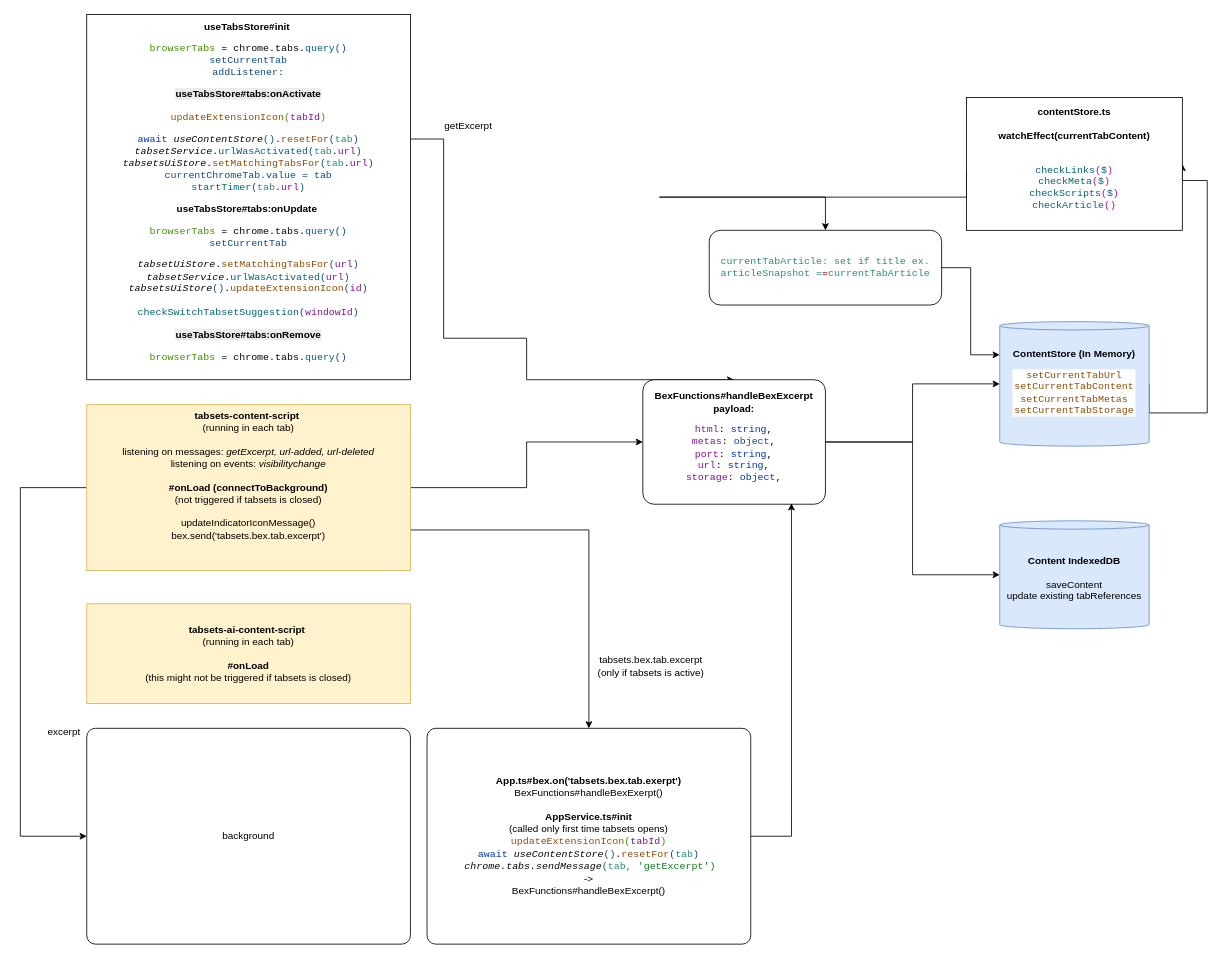
This is docs/drawio/test.drawio from evandor/tabsets, a draw.io file, before an edit. Source tidied: cells renumbered, new cells numbered last; positions are measured from the earlier drawing's top-left corner, leaving out a move shared by most shapes. Both pictures are drawn from the tidied source at 83%, with x=0, y=0 at pixel (20, 14).
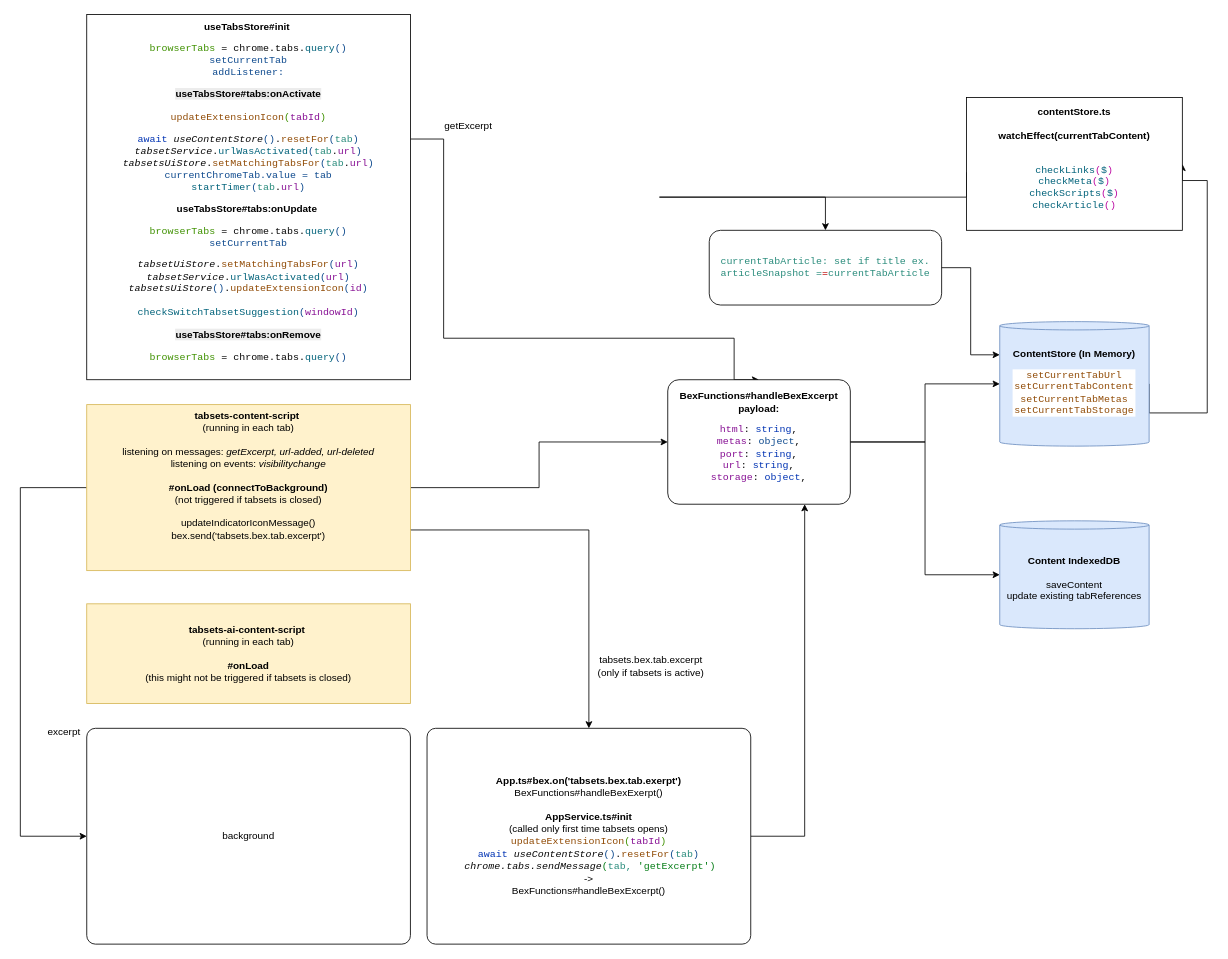
Above is the later version.

Unchanged cells that the change refers to:
```xml
<mxCell id="11" value="&lt;div&gt;&lt;b&gt;useTabsStore#init&lt;/b&gt;&amp;nbsp;&lt;div&gt;&lt;div style=&quot;background-color: rgb(255, 255, 255); color: rgb(8, 8, 8);&quot;&gt;&lt;pre style=&quot;color: light-dark(rgb(8, 8, 8), rgb(230, 230, 230)); font-family: &amp;quot;JetBrains Mono&amp;quot;, monospace;&quot;&gt;&lt;span style=&quot;color: rgb(63, 145, 1);&quot;&gt;browserTabs&lt;span style=&quot;background-color: light-dark(rgb(255, 255, 255), rgb(18, 18, 18)); white-space: normal; color: rgb(145, 76, 7);&quot;&gt;&amp;nbsp;&lt;/span&gt;&lt;span style=&quot;background-color: light-dark(rgb(255, 255, 255), rgb(18, 18, 18)); color: light-dark(rgb(8, 8, 8), rgb(230, 230, 230)); white-space: normal;&quot;&gt;= chrome.tabs.&lt;/span&gt;&lt;span style=&quot;background-color: light-dark(rgb(255, 255, 255), rgb(18, 18, 18)); white-space: normal; color: rgb(0, 98, 122);&quot;&gt;query&lt;/span&gt;&lt;span style=&quot;background-color: light-dark(rgb(255, 255, 255), rgb(18, 18, 18)); white-space: normal; color: rgb(14, 74, 142);&quot;&gt;()&lt;br&gt;setCurrentTab&lt;br&gt;addListener:&lt;/span&gt;&lt;/span&gt;&lt;/pre&gt;&lt;/div&gt;&lt;/div&gt;&lt;/div&gt;&lt;pre style=&quot;color: light-dark(rgb(8, 8, 8), rgb(230, 230, 230)); font-family: &amp;quot;JetBrains Mono&amp;quot;, monospace;&quot;&gt;&lt;span style=&quot;color: rgb(63, 145, 1);&quot;&gt;&lt;span style=&quot;background-color: light-dark(rgb(255, 255, 255), rgb(18, 18, 18)); white-space: normal; color: rgb(14, 74, 142);&quot;&gt;&lt;b style=&quot;color: rgb(0, 0, 0); font-family: Helvetica; background-color: rgb(236, 236, 236);&quot;&gt;useTabsStore#tabs:onActivate&lt;/b&gt;&lt;/span&gt;&lt;/span&gt;&lt;/pre&gt;&lt;span style=&quot;font-family: &amp;quot;JetBrains Mono&amp;quot;, monospace; background-color: transparent; color: rgb(145, 76, 7);&quot;&gt;updateExtensionIcon&lt;/span&gt;&lt;span style=&quot;font-family: &amp;quot;JetBrains Mono&amp;quot;, monospace; background-color: transparent; color: rgb(63, 145, 1);&quot;&gt;(&lt;/span&gt;&lt;span style=&quot;font-family: &amp;quot;JetBrains Mono&amp;quot;, monospace; background-color: transparent; color: rgb(135, 16, 148);&quot;&gt;tabId&lt;/span&gt;&lt;span style=&quot;font-family: &amp;quot;JetBrains Mono&amp;quot;, monospace; background-color: transparent; color: rgb(63, 145, 1);&quot;&gt;)&lt;/span&gt;&lt;div&gt;&lt;div style=&quot;background-color: rgb(255, 255, 255); color: rgb(8, 8, 8);&quot;&gt;&lt;pre style=&quot;font-family:'JetBrains Mono',monospace;font-size:9,8pt;&quot;&gt;&lt;span style=&quot;color: rgb(0, 51, 179);&quot;&gt;await &lt;/span&gt;&lt;span style=&quot;font-style:italic;&quot;&gt;useContentStore&lt;/span&gt;&lt;span style=&quot;color: rgb(14, 74, 142);&quot;&gt;()&lt;/span&gt;.&lt;span style=&quot;color: rgb(145, 76, 7);&quot;&gt;resetFor&lt;/span&gt;&lt;span style=&quot;color: rgb(14, 74, 142);&quot;&gt;(&lt;/span&gt;&lt;span style=&quot;color: rgb(42, 140, 124);&quot;&gt;tab&lt;/span&gt;&lt;span style=&quot;color: rgb(14, 74, 142);&quot;&gt;)&lt;br&gt;&lt;/span&gt;&lt;i&gt;tabsetService&lt;/i&gt;.&lt;span style=&quot;color: rgb(0, 98, 122);&quot;&gt;urlWasActivated&lt;/span&gt;&lt;span style=&quot;color: rgb(14, 74, 142);&quot;&gt;(&lt;/span&gt;&lt;span style=&quot;color: rgb(42, 140, 124);&quot;&gt;tab&lt;/span&gt;.&lt;span style=&quot;color: rgb(135, 16, 148);&quot;&gt;url&lt;/span&gt;&lt;span style=&quot;color: rgb(14, 74, 142);&quot;&gt;)&lt;br&gt;&lt;/span&gt;&lt;i&gt;tabsetsUiStore&lt;/i&gt;.&lt;span style=&quot;color: rgb(145, 76, 7);&quot;&gt;setMatchingTabsFor&lt;/span&gt;&lt;span style=&quot;color: rgb(14, 74, 142);&quot;&gt;(&lt;/span&gt;&lt;span style=&quot;color: rgb(42, 140, 124);&quot;&gt;tab&lt;/span&gt;.&lt;span style=&quot;color: rgb(135, 16, 148);&quot;&gt;url&lt;/span&gt;&lt;span style=&quot;color: rgb(14, 74, 142);&quot;&gt;)&lt;br&gt;currentChromeTab.value = tab&lt;br&gt;&lt;/span&gt;&lt;span style=&quot;color: rgb(0, 98, 122);&quot;&gt;startTimer&lt;/span&gt;&lt;span style=&quot;color: rgb(14, 74, 142);&quot;&gt;(&lt;/span&gt;&lt;span style=&quot;color: rgb(42, 140, 124);&quot;&gt;tab&lt;/span&gt;.&lt;span style=&quot;color: rgb(135, 16, 148);&quot;&gt;url&lt;/span&gt;&lt;span style=&quot;color: rgb(14, 74, 142);&quot;&gt;)&lt;/span&gt;&lt;/pre&gt;&lt;/div&gt;&lt;/div&gt;&lt;div&gt;&lt;b&gt;useTabsStore#tabs:onUpdate&lt;/b&gt;&amp;nbsp;&lt;div&gt;&lt;div style=&quot;background-color: rgb(255, 255, 255); color: rgb(8, 8, 8);&quot;&gt;&lt;pre style=&quot;color: light-dark(rgb(8, 8, 8), rgb(230, 230, 230)); font-family: &amp;quot;JetBrains Mono&amp;quot;, monospace;&quot;&gt;&lt;span style=&quot;color: rgb(63, 145, 1);&quot;&gt;browserTabs&lt;span style=&quot;background-color: light-dark(rgb(255, 255, 255), rgb(18, 18, 18)); white-space: normal; color: rgb(145, 76, 7);&quot;&gt;&amp;nbsp;&lt;/span&gt;&lt;span style=&quot;background-color: light-dark(rgb(255, 255, 255), rgb(18, 18, 18)); color: light-dark(rgb(8, 8, 8), rgb(230, 230, 230)); white-space: normal;&quot;&gt;= chrome.tabs.&lt;/span&gt;&lt;span style=&quot;background-color: light-dark(rgb(255, 255, 255), rgb(18, 18, 18)); white-space: normal; color: rgb(0, 98, 122);&quot;&gt;query&lt;/span&gt;&lt;span style=&quot;background-color: light-dark(rgb(255, 255, 255), rgb(18, 18, 18)); white-space: normal; color: rgb(14, 74, 142);&quot;&gt;()&lt;br&gt;setCurrentTab&lt;/span&gt;&lt;/span&gt;&lt;/pre&gt;&lt;pre style=&quot;color: light-dark(rgb(8, 8, 8), rgb(230, 230, 230)); font-family: &amp;quot;JetBrains Mono&amp;quot;, monospace;&quot;&gt;&lt;span style=&quot;color: rgb(63, 145, 1);&quot;&gt;&lt;span style=&quot;background-color: light-dark(rgb(255, 255, 255), rgb(18, 18, 18)); white-space: normal; color: rgb(14, 74, 142);&quot;&gt;&lt;div style=&quot;color: rgb(8, 8, 8);&quot;&gt;&lt;pre style=&quot;font-family:'JetBrains Mono',monospace;font-size:9,8pt;&quot;&gt;&lt;span style=&quot;font-style:italic;&quot;&gt;tabsetUiStore&lt;/span&gt;.&lt;span style=&quot;color: rgb(145, 76, 7);&quot;&gt;setMatchingTabsFor&lt;/span&gt;&lt;span style=&quot;color: rgb(14, 74, 142);&quot;&gt;(&lt;/span&gt;&lt;span style=&quot;color: rgb(135, 16, 148);&quot;&gt;url&lt;/span&gt;&lt;span style=&quot;color: rgb(14, 74, 142);&quot;&gt;)&lt;br&gt;&lt;/span&gt;&lt;span style=&quot;font-style:italic;&quot;&gt;tabsetService&lt;/span&gt;.&lt;span style=&quot;color: rgb(0, 98, 122);&quot;&gt;urlWasActivated&lt;/span&gt;&lt;span style=&quot;color: rgb(14, 74, 142);&quot;&gt;(&lt;/span&gt;&lt;span style=&quot;color: rgb(135, 16, 148);&quot;&gt;url&lt;/span&gt;&lt;span style=&quot;color: rgb(14, 74, 142);&quot;&gt;)&lt;br&gt;&lt;/span&gt;&lt;span style=&quot;font-style:italic;&quot;&gt;tabsetsUiStore&lt;/span&gt;&lt;span style=&quot;color: rgb(14, 74, 142);&quot;&gt;()&lt;/span&gt;.&lt;span style=&quot;color: rgb(145, 76, 7);&quot;&gt;updateExtensionIcon&lt;/span&gt;&lt;span style=&quot;color: rgb(14, 74, 142);&quot;&gt;(&lt;/span&gt;&lt;span style=&quot;color: rgb(135, 16, 148);&quot;&gt;id&lt;/span&gt;&lt;span style=&quot;color: rgb(14, 74, 142);&quot;&gt;)&lt;br&gt;&lt;/span&gt;&lt;span style=&quot;color: rgb(14, 74, 142);&quot;&gt;&lt;br&gt;&lt;/span&gt;&lt;span style=&quot;color: rgb(0, 98, 122);&quot;&gt;checkSwitchTabsetSuggestion&lt;/span&gt;&lt;span style=&quot;color: rgb(14, 74, 142);&quot;&gt;(&lt;/span&gt;&lt;span style=&quot;color: rgb(135, 16, 148);&quot;&gt;windowId&lt;/span&gt;&lt;span style=&quot;color: rgb(14, 74, 142);&quot;&gt;)&lt;/span&gt;&lt;/pre&gt;&lt;/div&gt;&lt;/span&gt;&lt;/span&gt;&lt;/pre&gt;&lt;pre style=&quot;color: light-dark(rgb(8, 8, 8), rgb(230, 230, 230)); font-family: &amp;quot;JetBrains Mono&amp;quot;, monospace;&quot;&gt;&lt;b style=&quot;color: rgb(0, 0, 0); font-family: Helvetica; white-space: normal; background-color: rgb(236, 236, 236);&quot;&gt;useTabsStore#tabs:onRemove&lt;/b&gt;&lt;/pre&gt;&lt;pre style=&quot;color: light-dark(rgb(8, 8, 8), rgb(230, 230, 230)); font-family: &amp;quot;JetBrains Mono&amp;quot;, monospace;&quot;&gt;&lt;span style=&quot;color: rgb(63, 145, 1);&quot;&gt;browserTabs&lt;span style=&quot;background-color: light-dark(rgb(255, 255, 255), rgb(18, 18, 18)); white-space: normal; color: rgb(145, 76, 7);&quot;&gt;&amp;nbsp;&lt;/span&gt;&lt;span style=&quot;background-color: light-dark(rgb(255, 255, 255), rgb(18, 18, 18)); color: light-dark(rgb(8, 8, 8), rgb(230, 230, 230)); white-space: normal;&quot;&gt;= chrome.tabs.&lt;/span&gt;&lt;span style=&quot;background-color: light-dark(rgb(255, 255, 255), rgb(18, 18, 18)); white-space: normal; color: rgb(0, 98, 122);&quot;&gt;query&lt;/span&gt;&lt;span style=&quot;background-color: light-dark(rgb(255, 255, 255), rgb(18, 18, 18)); white-space: normal; color: rgb(14, 74, 142);&quot;&gt;()&lt;/span&gt;&lt;/span&gt;&lt;/pre&gt;&lt;/div&gt;&lt;/div&gt;&lt;/div&gt;" style="whiteSpace=wrap;html=1;" parent="1" vertex="1">
  <mxGeometry x="80" width="390" height="440" as="geometry" />
</mxCell>
<mxCell id="21" value="&lt;div&gt;&lt;b&gt;App.ts#bex.on('tabsets.bex.tab.exerpt')&lt;/b&gt;&lt;br&gt;BexFunctions#handleBexExerpt()&lt;/div&gt;&lt;div&gt;&lt;b&gt;&lt;br&gt;&lt;/b&gt;&lt;/div&gt;&lt;div&gt;&lt;b&gt;AppService.ts#init&lt;/b&gt;&lt;br&gt;(&lt;span style=&quot;background-color: transparent; color: light-dark(rgb(0, 0, 0), rgb(255, 255, 255));&quot;&gt;called only first time tabsets opens&lt;/span&gt;&lt;span style=&quot;background-color: transparent; color: light-dark(rgb(0, 0, 0), rgb(255, 255, 255));&quot;&gt;)&lt;/span&gt;&lt;/div&gt;&lt;div&gt;&lt;span style=&quot;background-color: transparent; font-family: &amp;quot;JetBrains Mono&amp;quot;, monospace; color: rgb(145, 76, 7);&quot;&gt;updateExtensionIcon&lt;/span&gt;&lt;span style=&quot;background-color: transparent; font-family: &amp;quot;JetBrains Mono&amp;quot;, monospace; color: rgb(63, 145, 1);&quot;&gt;(&lt;/span&gt;&lt;span style=&quot;background-color: transparent; font-family: &amp;quot;JetBrains Mono&amp;quot;, monospace; color: rgb(135, 16, 148);&quot;&gt;tabId&lt;/span&gt;&lt;span style=&quot;background-color: transparent; font-family: &amp;quot;JetBrains Mono&amp;quot;, monospace; color: rgb(63, 145, 1);&quot;&gt;)&lt;br&gt;&lt;/span&gt;&lt;span style=&quot;font-family: &amp;quot;JetBrains Mono&amp;quot;, monospace; background-color: transparent; color: rgb(0, 51, 179);&quot;&gt;await &lt;/span&gt;&lt;span style=&quot;color: rgb(8, 8, 8); font-family: &amp;quot;JetBrains Mono&amp;quot;, monospace; background-color: transparent; font-style: italic;&quot;&gt;useContentStore&lt;/span&gt;&lt;span style=&quot;font-family: &amp;quot;JetBrains Mono&amp;quot;, monospace; background-color: transparent; color: rgb(14, 74, 142);&quot;&gt;()&lt;/span&gt;&lt;span style=&quot;color: rgb(8, 8, 8); font-family: &amp;quot;JetBrains Mono&amp;quot;, monospace; background-color: transparent;&quot;&gt;.&lt;/span&gt;&lt;span style=&quot;font-family: &amp;quot;JetBrains Mono&amp;quot;, monospace; background-color: transparent; color: rgb(145, 76, 7);&quot;&gt;resetFor&lt;/span&gt;&lt;span style=&quot;font-family: &amp;quot;JetBrains Mono&amp;quot;, monospace; background-color: transparent; color: rgb(14, 74, 142);&quot;&gt;(&lt;/span&gt;&lt;span style=&quot;font-family: &amp;quot;JetBrains Mono&amp;quot;, monospace; background-color: transparent; color: rgb(42, 140, 124);&quot;&gt;tab&lt;/span&gt;&lt;span style=&quot;font-family: &amp;quot;JetBrains Mono&amp;quot;, monospace; background-color: transparent; color: rgb(14, 74, 142);&quot;&gt;)&lt;/span&gt;&lt;/div&gt;&lt;div&gt;&lt;b style=&quot;background-color: transparent; color: light-dark(rgb(0, 0, 0), rgb(255, 255, 255));&quot;&gt;&amp;nbsp;&lt;/b&gt;&lt;span style=&quot;color: rgb(8, 8, 8); font-family: &amp;quot;JetBrains Mono&amp;quot;, monospace; font-style: italic;&quot;&gt;chrome.tabs.sendMessage&lt;/span&gt;&lt;span style=&quot;background-color: light-dark(rgb(255, 255, 255), rgb(18, 18, 18)); color: light-dark(rgb(6, 125, 23), rgb(84, 186, 99)); font-family: &amp;quot;JetBrains Mono&amp;quot;, monospace;&quot;&gt;(&lt;/span&gt;&lt;span style=&quot;color: rgb(42, 140, 124); font-family: &amp;quot;JetBrains Mono&amp;quot;, monospace; background-color: transparent;&quot;&gt;tab,&amp;nbsp;&lt;/span&gt;&lt;span style=&quot;background-color: rgb(255, 255, 255); color: rgb(6, 125, 23); font-family: &amp;quot;JetBrains Mono&amp;quot;, monospace;&quot;&gt;'&lt;/span&gt;&lt;span style=&quot;background-color: light-dark(rgb(255, 255, 255), rgb(18, 18, 18)); color: light-dark(rgb(6, 125, 23), rgb(84, 186, 99)); font-family: &amp;quot;JetBrains Mono&amp;quot;, monospace;&quot;&gt;getExcerpt')&lt;/span&gt;&lt;/div&gt;&lt;div&gt;-&amp;gt;&lt;br&gt;BexFunctions#handleBexExcerpt()&lt;span style=&quot;background-color: light-dark(rgb(255, 255, 255), rgb(18, 18, 18)); color: light-dark(rgb(6, 125, 23), rgb(84, 186, 99)); font-family: &amp;quot;JetBrains Mono&amp;quot;, monospace;&quot;&gt;&lt;/span&gt;&lt;/div&gt;" style="rounded=1;whiteSpace=wrap;html=1;arcSize=4;" parent="1" vertex="1">
  <mxGeometry x="490" y="860" width="390" height="260" as="geometry" />
</mxCell>
```

Change to the diagram source:
```diff
@@
     <mxCell id="10" style="edgeStyle=orthogonalEdgeStyle;rounded=0;jettySize=auto;html=1;entryX=0.5;entryY=0;entryDx=0;entryDy=0;" parent="1" edge="1" source="11" target="13">
       <mxGeometry relative="1" as="geometry">
         <Array as="points">
           <mxPoint x="510" y="150" />
           <mxPoint x="510" y="390" />
-          <mxPoint x="610" y="390" />
+          <mxPoint x="860" y="390" />
         </Array>
       </mxGeometry>
     </mxCell>
@@
     <mxCell id="13" value="&lt;b&gt;BexFunctions#handleBexExcerpt&lt;br&gt;payload:&lt;br&gt;&lt;/b&gt;&lt;div style=&quot;background-color: rgb(255, 255, 255);&quot;&gt;&lt;pre style=&quot;font-family: &amp;quot;JetBrains Mono&amp;quot;, monospace;&quot;&gt;&lt;span style=&quot;color: rgb(135, 16, 148);&quot;&gt;html&lt;/span&gt;&lt;font color=&quot;#080808&quot;&gt;: &lt;/font&gt;&lt;span style=&quot;color: rgb(0, 51, 179);&quot;&gt;string&lt;/span&gt;&lt;font color=&quot;#080808&quot;&gt;,&lt;br&gt;&lt;/font&gt;&lt;span style=&quot;color: rgb(135, 16, 148);&quot;&gt;metas&lt;/span&gt;&lt;font color=&quot;#080808&quot;&gt;: &lt;/font&gt;&lt;font color=&quot;#0e4a8e&quot;&gt;object&lt;/font&gt;&lt;font color=&quot;#080808&quot;&gt;,&lt;br&gt;&lt;/font&gt;&lt;span style=&quot;color: rgb(135, 16, 148);&quot;&gt;port&lt;/span&gt;&lt;font color=&quot;#080808&quot;&gt;: &lt;/font&gt;&lt;span style=&quot;color: rgb(0, 51, 179);&quot;&gt;string&lt;/span&gt;&lt;font color=&quot;#080808&quot;&gt;,&lt;br&gt;&lt;/font&gt;&lt;span style=&quot;color: rgb(135, 16, 148);&quot;&gt;url&lt;/span&gt;&lt;font color=&quot;#080808&quot;&gt;: &lt;/font&gt;&lt;span style=&quot;color: rgb(0, 51, 179);&quot;&gt;string&lt;/span&gt;&lt;font color=&quot;#080808&quot;&gt;,&lt;br&gt;&lt;/font&gt;&lt;span style=&quot;color: rgb(135, 16, 148);&quot;&gt;storage&lt;/span&gt;&lt;font color=&quot;#080808&quot;&gt;: &lt;/font&gt;&lt;span style=&quot;color: rgb(0, 51, 179);&quot;&gt;object&lt;/span&gt;&lt;font color=&quot;#080808&quot;&gt;,&lt;/font&gt;&lt;/pre&gt;&lt;/div&gt;" style="rounded=1;whiteSpace=wrap;html=1;arcSize=9;" parent="1" vertex="1">
-      <mxGeometry x="750" y="440" width="220" height="150" as="geometry" />
+      <mxGeometry x="780" y="440" width="220" height="150" as="geometry" />
     </mxCell>
@@
+    <mxCell id="24" style="edgeStyle=orthogonalEdgeStyle;rounded=0;jettySize=auto;html=1;entryX=0.75;entryY=1;entryDx=0;entryDy=0;exitX=1;exitY=0.5;exitDx=0;exitDy=0;" parent="1" edge="1" source="21" target="13">
+      <mxGeometry relative="1" as="geometry" />
+    </mxCell>
@@
-    <mxCell id="24" style="edgeStyle=orthogonalEdgeStyle;rounded=0;jettySize=auto;html=1;entryX=0.814;entryY=0.993;entryDx=0;entryDy=0;entryPerimeter=0;exitX=1;exitY=0.5;exitDx=0;exitDy=0;" parent="1" edge="1" source="21" target="13">
-      <mxGeometry relative="1" as="geometry" />
-    </mxCell>
```
